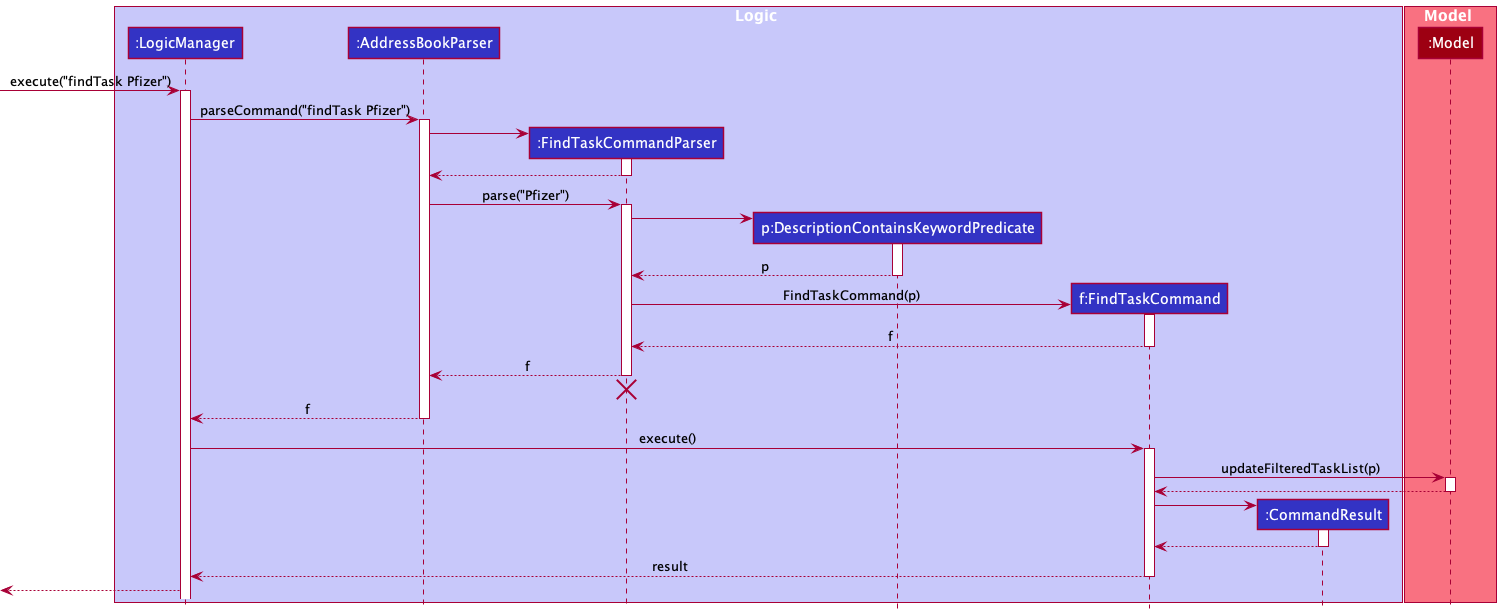
Above: docs/images/FindTaskSequenceDiagram.png in tsy24/tp (PlantUML), before the change.
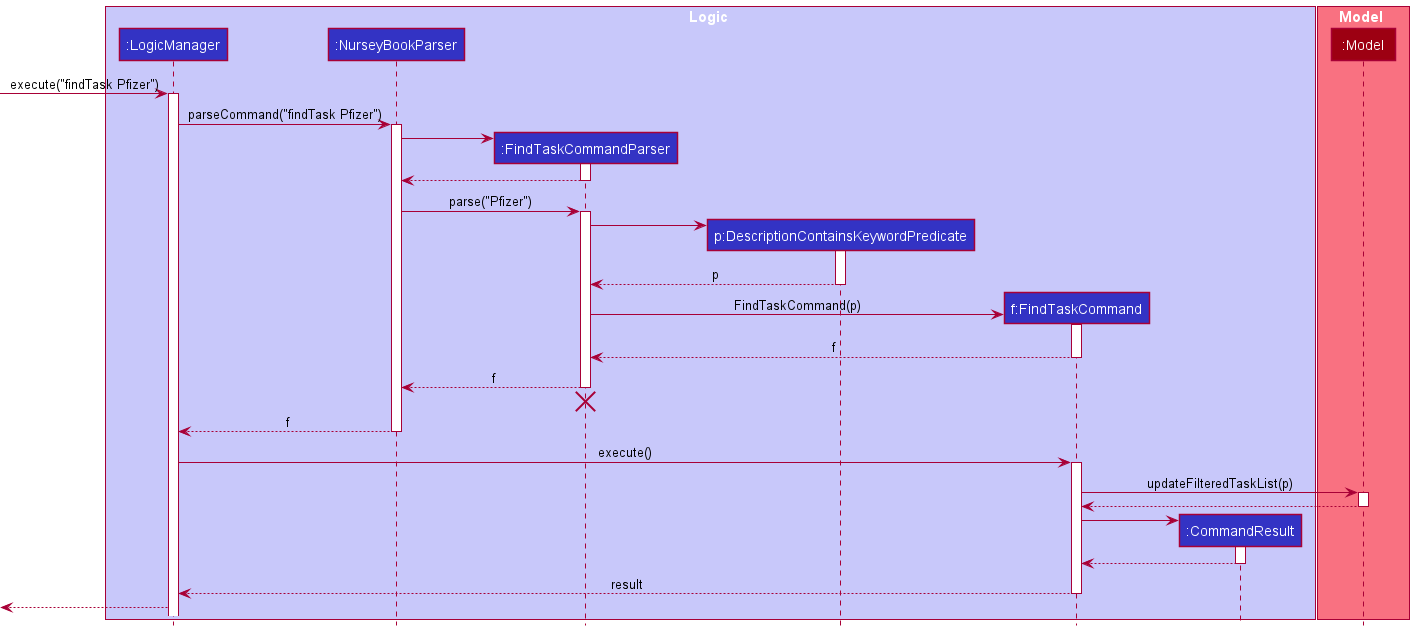
The same diagram one commit later.

Diff of the diagram source:
```diff
@@ -3,7 +3,7 @@
 
 box Logic LOGIC_COLOR_T1
 participant ":LogicManager" as LogicManager LOGIC_COLOR
-participant ":AddressBookParser" as AddressBookParser LOGIC_COLOR
+participant ":NurseyBookParser" as NurseyBookParser LOGIC_COLOR
 participant ":FindTaskCommandParser" as FindTaskCommandParser LOGIC_COLOR
 participant "p:DescriptionContainsKeywordPredicate" as DescriptionContainsKeywordPredicate LOGIC_COLOR
 participant "f:FindTaskCommand" as FindTaskCommand LOGIC_COLOR
@@ -17,17 +17,17 @@
 [-> LogicManager : execute("findTask Pfizer")
 activate LogicManager
 
-LogicManager -> AddressBookParser : parseCommand("findTask Pfizer")
-activate AddressBookParser
+LogicManager -> NurseyBookParser : parseCommand("findTask Pfizer")
+activate NurseyBookParser
 
 create FindTaskCommandParser
-AddressBookParser -> FindTaskCommandParser
+NurseyBookParser -> FindTaskCommandParser
 activate FindTaskCommandParser
 
-FindTaskCommandParser --> AddressBookParser
+FindTaskCommandParser --> NurseyBookParser
 deactivate FindTaskCommandParser
 
-AddressBookParser -> FindTaskCommandParser : parse("Pfizer")
+NurseyBookParser -> FindTaskCommandParser : parse("Pfizer")
 activate FindTaskCommandParser
 
 create DescriptionContainsKeywordPredicate
@@ -44,13 +44,13 @@
 FindTaskCommand --> FindTaskCommandParser : f
 deactivate FindTaskCommand
 
-FindTaskCommandParser --> AddressBookParser : f
+FindTaskCommandParser --> NurseyBookParser : f
 deactivate FindTaskCommandParser
-FindTaskCommandParser -[hidden]-> AddressBookParser
+FindTaskCommandParser -[hidden]-> NurseyBookParser
 destroy FindTaskCommandParser
 
-AddressBookParser --> LogicManager : f
-deactivate AddressBookParser
+NurseyBookParser --> LogicManager : f
+deactivate NurseyBookParser
 
 LogicManager -> FindTaskCommand : execute()
 activate FindTaskCommand
```
